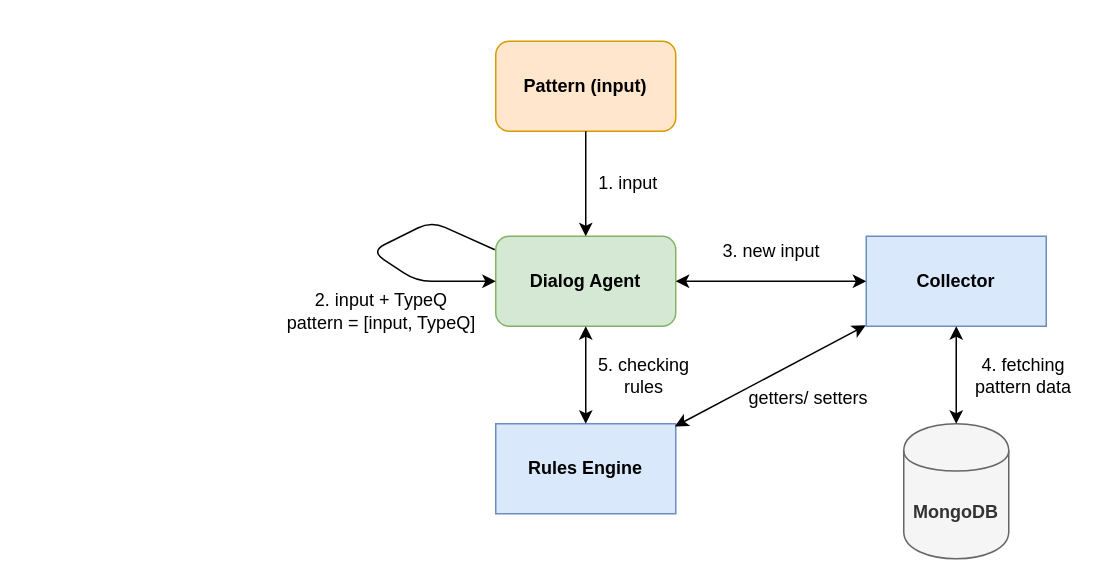
diisnc/Dialog_Agent_1819 keeps this draw.io diagram as Report/images/dialog_manager_arch.drawio. Above is the earlier version. Source tidied: cells renumbered, new cells numbered last; positions are measured from the earlier drawing's top-left corner, leaving out a move shared by most shapes. Both pictures are drawn from the tidied source at 150%, with x=0, y=0 at pixel (284, 40).
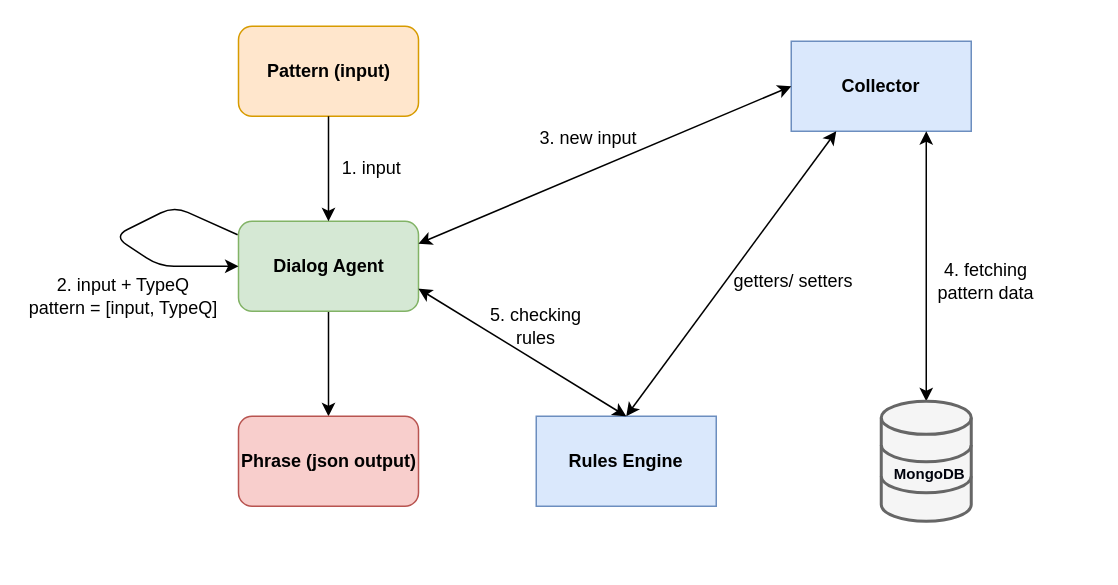
The same diagram, later.

Commit message (it also covers changes not shown here):
Dialog Manager architecture updated

Diff of the diagram source:
```diff
@@
     <mxCell id="2" value="Pattern (input)" style="rounded=1;whiteSpace=wrap;html=1;fillColor=#ffe6cc;strokeColor=#d79b00;gradientColor=none;shadow=0;strokeWidth=1;fontStyle=1;" parent="1" vertex="1">
-      <mxGeometry x="141" width="120" height="60" as="geometry" />
+      <mxGeometry x="-30.5" y="-10" width="120" height="60" as="geometry" />
     </mxCell>
+    <mxCell id="19" style="edgeStyle=orthogonalEdgeStyle;rounded=0;jettySize=auto;html=1;exitX=0.5;exitY=1;exitDx=0;exitDy=0;" parent="1" edge="1" source="3" target="20">
+      <mxGeometry relative="1" as="geometry" />
+    </mxCell>
     <mxCell id="3" value="Dialog Agent" style="rounded=1;whiteSpace=wrap;html=1;fillColor=#d5e8d4;strokeColor=#82b366;fontStyle=1;" parent="1" vertex="1">
-      <mxGeometry x="141" y="130" width="120" height="60" as="geometry" />
+      <mxGeometry x="-30.5" y="120" width="120" height="60" as="geometry" />
     </mxCell>
     <mxCell id="4" value="Rules Engine" style="rounded=0;whiteSpace=wrap;html=1;shadow=0;strokeWidth=1;fontStyle=1;fillColor=#dae8fc;strokeColor=#6c8ebf;" parent="1" vertex="1">
-      <mxGeometry x="141" y="255" width="120" height="60" as="geometry" />
+      <mxGeometry x="168" y="250" width="120" height="60" as="geometry" />
     </mxCell>
     <mxCell id="5" value="Collector&lt;br&gt;" style="rounded=0;whiteSpace=wrap;html=1;shadow=0;strokeWidth=1;fillColor=#dae8fc;strokeColor=#6c8ebf;fontStyle=1;" parent="1" vertex="1">
-      <mxGeometry x="388" y="130" width="120" height="60" as="geometry" />
+      <mxGeometry x="338" width="120" height="60" as="geometry" />
     </mxCell>
@@
-    <mxCell id="7" value="MongoDB" style="shape=cylinder;whiteSpace=wrap;html=1;boundedLbl=1;backgroundOutline=1;shadow=0;strokeWidth=1;fontStyle=1;fillColor=#f5f5f5;strokeColor=#666666;fontColor=#333333;" parent="1" vertex="1">
-      <mxGeometry x="413" y="255" width="70" height="90" as="geometry" />
-    </mxCell>
-    <mxCell id="8" style="endArrow=classic;startArrow=classic;html=1;entryX=0.5;entryY=0;entryDx=0;entryDy=0;" parent="1" edge="1" source="5" target="7">
-      <mxGeometry relative="1" as="geometry" />
+    <mxCell id="8" style="endArrow=classic;startArrow=classic;html=1;exitX=0.75;exitY=1;exitDx=0;exitDy=0;" parent="1" edge="1" source="5">
+      <mxGeometry relative="1" as="geometry">
+        <mxPoint x="428" y="240" as="targetPoint" />
+      </mxGeometry>
     </mxCell>
-    <mxCell id="9" style="endArrow=classic;startArrow=classic;html=1;entryX=0;entryY=0.5;entryDx=0;entryDy=0;exitX=1;exitY=0.5;exitDx=0;exitDy=0;" parent="1" edge="1" source="3" target="5">
+    <mxCell id="9" style="endArrow=classic;startArrow=classic;html=1;entryX=0;entryY=0.5;entryDx=0;entryDy=0;exitX=1;exitY=0.25;exitDx=0;exitDy=0;" parent="1" edge="1" source="3" target="5">
       <mxGeometry relative="1" as="geometry" />
     </mxCell>
-    <mxCell id="10" style="endArrow=classic;startArrow=classic;html=1;entryX=0.5;entryY=1;entryDx=0;entryDy=0;exitX=0.5;exitY=0;exitDx=0;exitDy=0;" parent="1" edge="1" source="4" target="3">
+    <mxCell id="10" style="endArrow=classic;startArrow=classic;html=1;entryX=1;entryY=0.75;entryDx=0;entryDy=0;exitX=0.5;exitY=0;exitDx=0;exitDy=0;" parent="1" edge="1" source="4" target="3">
       <mxGeometry relative="1" as="geometry" />
     </mxCell>
-    <mxCell id="11" style="endArrow=classic;startArrow=classic;html=1;exitX=0.995;exitY=0.03;exitDx=0;exitDy=0;exitPerimeter=0;entryX=-0.003;entryY=0.99;entryDx=0;entryDy=0;entryPerimeter=0;" parent="1" edge="1" source="4" target="5">
+    <mxCell id="11" style="endArrow=classic;startArrow=classic;html=1;exitX=0.5;exitY=0;exitDx=0;exitDy=0;entryX=0.25;entryY=1;entryDx=0;entryDy=0;" parent="1" edge="1" source="4" target="5">
       <mxGeometry relative="1" as="geometry" />
     </mxCell>
     <mxCell id="12" value="1. input&lt;br&gt;" style="text;html=1;strokeColor=none;fillColor=none;align=center;verticalAlign=middle;whiteSpace=wrap;rounded=0;shadow=0;" parent="1" vertex="1">
-      <mxGeometry x="201" y="85" width="57" height="20" as="geometry" />
+      <mxGeometry x="29.5" y="75" width="57" height="20" as="geometry" />
     </mxCell>
     <mxCell id="13" style="endArrow=classic;html=1;entryX=0;entryY=0.5;entryDx=0;entryDy=0;exitX=-0.005;exitY=0.15;exitDx=0;exitDy=0;exitPerimeter=0;" parent="1" edge="1" source="3" target="3">
       <mxGeometry relative="1" as="geometry">
         <Array as="points">
-          <mxPoint x="98" y="120" />
-          <mxPoint x="58" y="140" />
-          <mxPoint x="88" y="160" />
+          <mxPoint x="-73.5" y="110" />
+          <mxPoint x="-113.5" y="130" />
+          <mxPoint x="-83.5" y="150" />
         </Array>
       </mxGeometry>
     </mxCell>
     <mxCell id="14" value="2. input + TypeQ&lt;br&gt;pattern = [input, TypeQ]&lt;br&gt;" style="text;html=1;strokeColor=none;fillColor=none;align=center;verticalAlign=middle;whiteSpace=wrap;rounded=0;shadow=0;" parent="1" vertex="1">
-      <mxGeometry x="-0.5" y="170" width="130" height="20" as="geometry" />
+      <mxGeometry x="-172" y="160" width="130" height="20" as="geometry" />
     </mxCell>
     <mxCell id="15" value="3. new input" style="text;html=1;strokeColor=none;fillColor=none;align=center;verticalAlign=middle;whiteSpace=wrap;rounded=0;shadow=0;" parent="1" vertex="1">
-      <mxGeometry x="274.5" y="130" width="100" height="20" as="geometry" />
+      <mxGeometry x="153" y="55" width="100" height="20" as="geometry" />
     </mxCell>
     <mxCell id="16" value="4. fetching pattern data" style="text;html=1;strokeColor=none;fillColor=none;align=center;verticalAlign=middle;whiteSpace=wrap;rounded=0;shadow=0;" parent="1" vertex="1">
-      <mxGeometry x="448" y="212.5" width="90" height="20" as="geometry" />
+      <mxGeometry x="423" y="150" width="90" height="20" as="geometry" />
     </mxCell>
     <mxCell id="17" value="5. checking rules" style="text;html=1;strokeColor=none;fillColor=none;align=center;verticalAlign=middle;whiteSpace=wrap;rounded=0;shadow=0;" parent="1" vertex="1">
-      <mxGeometry x="204.5" y="212.5" width="70" height="20" as="geometry" />
+      <mxGeometry x="133" y="180" width="70" height="20" as="geometry" />
     </mxCell>
     <mxCell id="18" value="getters/ setters" style="text;html=1;align=left;verticalAlign=top;spacingTop=-4;" parent="1" vertex="1">
-      <mxGeometry x="308" y="228" width="90" height="20" as="geometry" />
+      <mxGeometry x="298" y="150" width="90" height="20" as="geometry" />
     </mxCell>
+    <mxCell id="20" value="Phrase (json output)" style="rounded=1;whiteSpace=wrap;html=1;fillColor=#f8cecc;strokeColor=#b85450;shadow=0;strokeWidth=1;fontStyle=1;" parent="1" vertex="1">
+      <mxGeometry x="-30.5" y="250" width="120" height="60" as="geometry" />
+    </mxCell>
+    <mxCell id="21" style="html=1;verticalLabelPosition=bottom;align=center;labelBackgroundColor=#ffffff;verticalAlign=top;strokeWidth=2;strokeColor=#666666;fillColor=#f5f5f5;shadow=0;dashed=0;shape=mxgraph.ios7.icons.data;fontColor=#333333;" parent="1" vertex="1">
+      <mxGeometry x="398" y="240" width="60" height="80" as="geometry" />
+    </mxCell>
+    <mxCell id="7" value="MongoDB" style="text;html=1;align=center;verticalAlign=middle;whiteSpace=wrap;rounded=0;fontStyle=1;fontColor=#01030D;fontSize=10;" parent="1" vertex="1">
+      <mxGeometry x="413" y="280" width="35" height="15" as="geometry" />
+    </mxCell>
```
